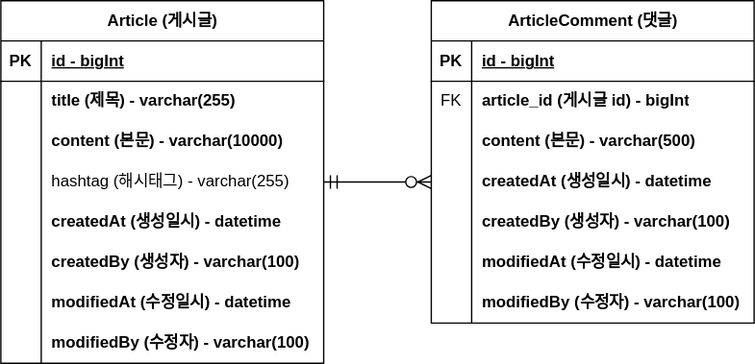
Earlier version of the draw.io export document/erd.svg (laphayen/project-board). Source tidied: cells renumbered, new cells last; positions are measured from the earlier drawing's top-left corner, leaving out a move shared by most shapes.
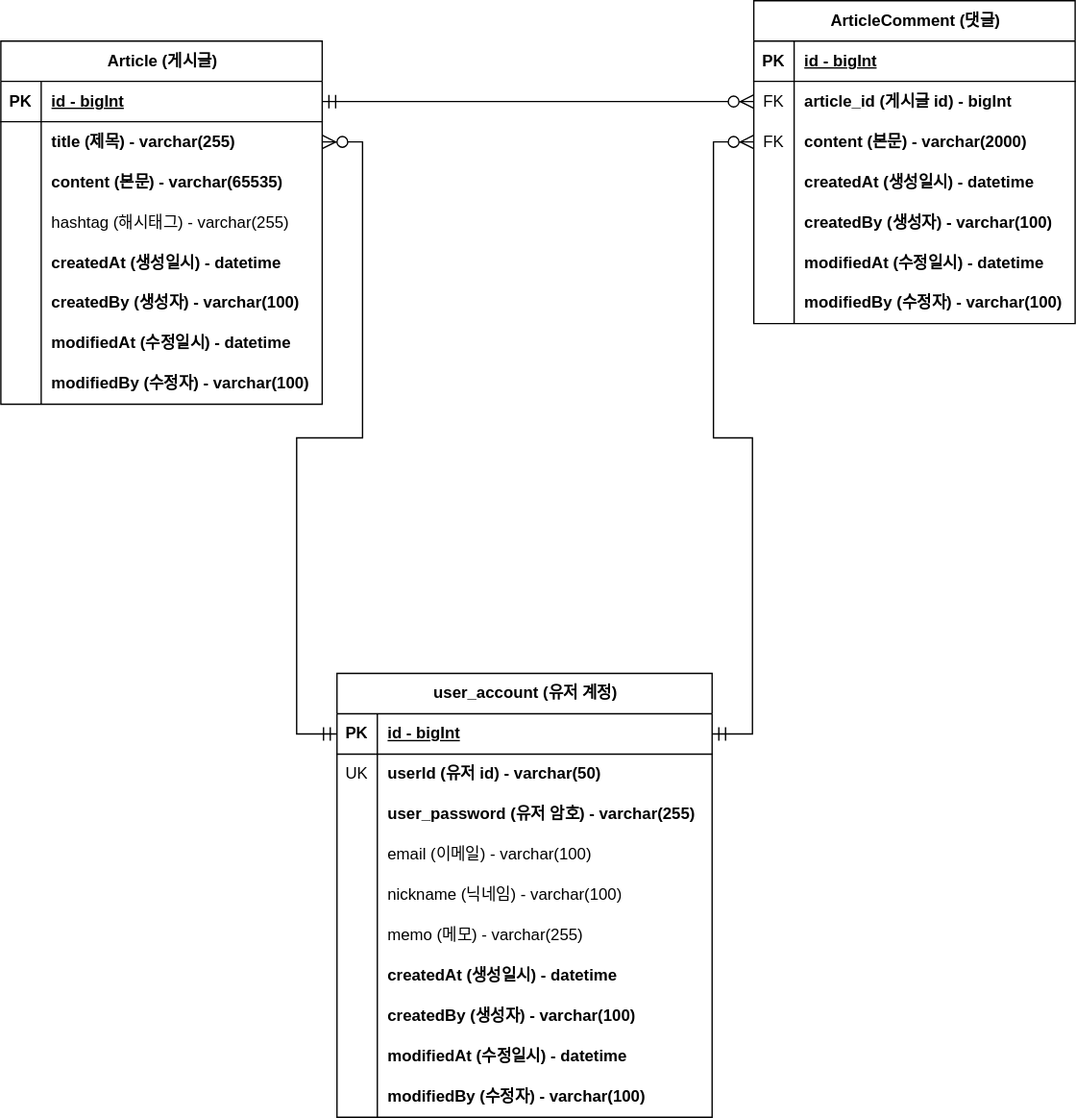
Later version of the same file.

Commit message:
#17 - Add User Account ERD Diagram: erd.svg

What changed in the source:
```diff
@@ -5,6 +5,6 @@
     <mxCell id="2" value="Article (게시글)" style="shape=table;startSize=30;rowLines=0;fontStyle=1;align=center;html=1;" parent="1" vertex="1">
-      <mxGeometry width="240" height="270" as="geometry" />
+      <mxGeometry x="-138" width="239" height="270" as="geometry" />
     </mxCell>
     <mxCell id="3" style="shape=tableRow;horizontal=0;startSize=0;swimlaneHead=0;swimlaneBody=0;fillColor=none;points=[[0,0.5],[1,0.5]];portConstraint=eastwest;top=0;left=0;right=0;bottom=1;" parent="2" vertex="1">
-      <mxGeometry y="30" width="240" height="30" as="geometry" />
+      <mxGeometry y="30" width="239" height="30" as="geometry" />
     </mxCell>
@@ -14,6 +14,6 @@
     <mxCell id="5" value="id - bigInt" style="shape=partialRectangle;fillColor=none;top=0;left=0;bottom=0;right=0;align=left;spacingLeft=6;fontStyle=5;overflow=hidden;whiteSpace=wrap;html=1;" parent="3" vertex="1">
-      <mxGeometry x="30" width="210" height="30" as="geometry" />
+      <mxGeometry x="30" width="209" height="30" as="geometry" />
     </mxCell>
     <mxCell id="6" style="shape=tableRow;horizontal=0;startSize=0;swimlaneHead=0;swimlaneBody=0;fillColor=none;points=[[0,0.5],[1,0.5]];portConstraint=eastwest;top=0;left=0;right=0;bottom=0;" parent="2" vertex="1">
-      <mxGeometry y="60" width="240" height="30" as="geometry" />
+      <mxGeometry y="60" width="239" height="30" as="geometry" />
     </mxCell>
@@ -23,6 +23,6 @@
     <mxCell id="8" value="title (제목) - varchar(255)" style="shape=partialRectangle;fillColor=none;top=0;left=0;bottom=0;right=0;align=left;spacingLeft=6;overflow=hidden;whiteSpace=wrap;html=1;fontStyle=1;" parent="6" vertex="1">
-      <mxGeometry x="30" width="210" height="30" as="geometry" />
+      <mxGeometry x="30" width="209" height="30" as="geometry" />
     </mxCell>
     <mxCell id="9" style="shape=tableRow;horizontal=0;startSize=0;swimlaneHead=0;swimlaneBody=0;fillColor=none;top=0;left=0;right=0;bottom=0;" parent="2" vertex="1">
-      <mxGeometry y="90" width="240" height="30" as="geometry" />
+      <mxGeometry y="90" width="239" height="30" as="geometry" />
     </mxCell>
@@ -31,7 +31,7 @@
     </mxCell>
-    <mxCell id="11" value="content (본문) - varchar(10000)" style="shape=partialRectangle;fillColor=none;top=0;left=0;bottom=0;right=0;align=left;spacingLeft=6;overflow=hidden;whiteSpace=wrap;html=1;fontStyle=1;" parent="9" vertex="1">
-      <mxGeometry x="30" width="210" height="30" as="geometry" />
+    <mxCell id="11" value="content (본문) - varchar(65535)" style="shape=partialRectangle;fillColor=none;top=0;left=0;bottom=0;right=0;align=left;spacingLeft=6;overflow=hidden;whiteSpace=wrap;html=1;fontStyle=1;" parent="9" vertex="1">
+      <mxGeometry x="30" width="209" height="30" as="geometry" />
     </mxCell>
     <mxCell id="12" style="shape=tableRow;horizontal=0;startSize=0;swimlaneHead=0;swimlaneBody=0;fillColor=none;points=[[0,0.5],[1,0.5]];portConstraint=eastwest;top=0;left=0;right=0;bottom=0;" parent="2" vertex="1">
-      <mxGeometry y="120" width="240" height="30" as="geometry" />
+      <mxGeometry y="120" width="239" height="30" as="geometry" />
     </mxCell>
@@ -41,6 +41,6 @@
     <mxCell id="14" value="hashtag (해시태그) - varchar(255)" style="shape=partialRectangle;fillColor=none;top=0;left=0;bottom=0;right=0;align=left;spacingLeft=6;overflow=hidden;whiteSpace=wrap;html=1;" parent="12" vertex="1">
-      <mxGeometry x="30" width="210" height="30" as="geometry" />
+      <mxGeometry x="30" width="209" height="30" as="geometry" />
     </mxCell>
     <mxCell id="15" style="shape=tableRow;horizontal=0;startSize=0;swimlaneHead=0;swimlaneBody=0;fillColor=none;top=0;left=0;right=0;bottom=0;" parent="2" vertex="1">
-      <mxGeometry y="150" width="240" height="30" as="geometry" />
+      <mxGeometry y="150" width="239" height="30" as="geometry" />
     </mxCell>
@@ -50,6 +50,6 @@
     <mxCell id="17" value="createdAt (생성일시) - datetime" style="shape=partialRectangle;fillColor=none;top=0;left=0;bottom=0;right=0;align=left;spacingLeft=6;overflow=hidden;whiteSpace=wrap;html=1;fontStyle=1;" parent="15" vertex="1">
-      <mxGeometry x="30" width="210" height="30" as="geometry" />
+      <mxGeometry x="30" width="209" height="30" as="geometry" />
     </mxCell>
     <mxCell id="18" style="shape=tableRow;horizontal=0;startSize=0;swimlaneHead=0;swimlaneBody=0;fillColor=none;top=0;left=0;right=0;bottom=0;" parent="2" vertex="1">
-      <mxGeometry y="180" width="240" height="30" as="geometry" />
+      <mxGeometry y="180" width="239" height="30" as="geometry" />
     </mxCell>
@@ -59,6 +59,6 @@
     <mxCell id="20" value="createdBy (생성자) - varchar(100)" style="shape=partialRectangle;fillColor=none;top=0;left=0;bottom=0;right=0;align=left;spacingLeft=6;overflow=hidden;whiteSpace=wrap;html=1;fontStyle=1;" parent="18" vertex="1">
-      <mxGeometry x="30" width="210" height="30" as="geometry" />
+      <mxGeometry x="30" width="209" height="30" as="geometry" />
     </mxCell>
     <mxCell id="21" style="shape=tableRow;horizontal=0;startSize=0;swimlaneHead=0;swimlaneBody=0;fillColor=none;top=0;left=0;right=0;bottom=0;" parent="2" vertex="1">
-      <mxGeometry y="210" width="240" height="30" as="geometry" />
+      <mxGeometry y="210" width="239" height="30" as="geometry" />
     </mxCell>
@@ -68,6 +68,6 @@
     <mxCell id="23" value="modifiedAt (수정일시) - datetime" style="shape=partialRectangle;fillColor=none;top=0;left=0;bottom=0;right=0;align=left;spacingLeft=6;overflow=hidden;whiteSpace=wrap;html=1;fontStyle=1;" parent="21" vertex="1">
-      <mxGeometry x="30" width="210" height="30" as="geometry" />
+      <mxGeometry x="30" width="209" height="30" as="geometry" />
     </mxCell>
     <mxCell id="24" style="shape=tableRow;horizontal=0;startSize=0;swimlaneHead=0;swimlaneBody=0;fillColor=none;top=0;left=0;right=0;bottom=0;" parent="2" vertex="1">
-      <mxGeometry y="240" width="240" height="30" as="geometry" />
+      <mxGeometry y="240" width="239" height="30" as="geometry" />
     </mxCell>
@@ -77,9 +77,9 @@
     <mxCell id="26" value="modifiedBy (수정자) - varchar(100)" style="shape=partialRectangle;fillColor=none;top=0;left=0;bottom=0;right=0;align=left;spacingLeft=6;overflow=hidden;whiteSpace=wrap;html=1;fontStyle=1;" parent="24" vertex="1">
-      <mxGeometry x="30" width="210" height="30" as="geometry" />
+      <mxGeometry x="30" width="209" height="30" as="geometry" />
     </mxCell>
     <mxCell id="27" value="ArticleComment (댓글)" style="shape=table;startSize=30;rowLines=0;fontStyle=1;align=center;html=1;" parent="1" vertex="1">
-      <mxGeometry x="320" width="240" height="240" as="geometry" />
+      <mxGeometry x="422" y="-30" width="239" height="240" as="geometry" />
     </mxCell>
     <mxCell id="28" style="shape=tableRow;horizontal=0;startSize=0;swimlaneHead=0;swimlaneBody=0;fillColor=none;top=0;left=0;right=0;bottom=1;" parent="27" vertex="1">
-      <mxGeometry y="30" width="240" height="30" as="geometry" />
+      <mxGeometry y="30" width="239" height="30" as="geometry" />
     </mxCell>
@@ -89,6 +89,6 @@
     <mxCell id="30" value="id - bigInt" style="shape=partialRectangle;fillColor=none;top=0;left=0;bottom=0;right=0;align=left;spacingLeft=6;fontStyle=5;overflow=hidden;whiteSpace=wrap;html=1;" parent="28" vertex="1">
-      <mxGeometry x="30" width="210" height="30" as="geometry" />
+      <mxGeometry x="30" width="209" height="30" as="geometry" />
     </mxCell>
     <mxCell id="31" style="shape=tableRow;horizontal=0;startSize=0;swimlaneHead=0;swimlaneBody=0;fillColor=none;points=[[0,0.5],[1,0.5]];portConstraint=eastwest;top=0;left=0;right=0;bottom=0;" parent="27" vertex="1">
-      <mxGeometry y="60" width="240" height="30" as="geometry" />
+      <mxGeometry y="60" width="239" height="30" as="geometry" />
     </mxCell>
@@ -98,15 +98,15 @@
     <mxCell id="33" value="article_id (게시글 id) - bigInt" style="shape=partialRectangle;fillColor=none;top=0;left=0;bottom=0;right=0;align=left;spacingLeft=6;overflow=hidden;whiteSpace=wrap;html=1;fontStyle=1;" parent="31" vertex="1">
-      <mxGeometry x="30" width="210" height="30" as="geometry" />
+      <mxGeometry x="30" width="209" height="30" as="geometry" />
     </mxCell>
     <mxCell id="34" style="shape=tableRow;horizontal=0;startSize=0;swimlaneHead=0;swimlaneBody=0;fillColor=none;points=[[0,0.5],[1,0.5]];portConstraint=eastwest;top=0;left=0;right=0;bottom=0;" parent="27" vertex="1">
-      <mxGeometry y="90" width="240" height="30" as="geometry" />
+      <mxGeometry y="90" width="239" height="30" as="geometry" />
     </mxCell>
-    <mxCell id="35" style="shape=partialRectangle;fillColor=none;top=0;left=0;bottom=0;right=0;overflow=hidden;whiteSpace=wrap;html=1;" parent="34" vertex="1">
+    <mxCell id="35" value="FK" style="shape=partialRectangle;fillColor=none;top=0;left=0;bottom=0;right=0;overflow=hidden;whiteSpace=wrap;html=1;" parent="34" vertex="1">
       <mxGeometry width="30" height="30" as="geometry" />
     </mxCell>
-    <mxCell id="36" value="content (본문) - varchar(500)" style="shape=partialRectangle;fillColor=none;top=0;left=0;bottom=0;right=0;align=left;spacingLeft=6;overflow=hidden;whiteSpace=wrap;html=1;fontStyle=1;" parent="34" vertex="1">
-      <mxGeometry x="30" width="210" height="30" as="geometry" />
+    <mxCell id="36" value="content (본문) - varchar(2000)" style="shape=partialRectangle;fillColor=none;top=0;left=0;bottom=0;right=0;align=left;spacingLeft=6;overflow=hidden;whiteSpace=wrap;html=1;fontStyle=1;" parent="34" vertex="1">
+      <mxGeometry x="30" width="209" height="30" as="geometry" />
     </mxCell>
     <mxCell id="37" style="shape=tableRow;horizontal=0;startSize=0;swimlaneHead=0;swimlaneBody=0;fillColor=none;points=[[0,0.5],[1,0.5]];portConstraint=eastwest;top=0;left=0;right=0;bottom=0;" parent="27" vertex="1">
-      <mxGeometry y="120" width="240" height="30" as="geometry" />
+      <mxGeometry y="120" width="239" height="30" as="geometry" />
     </mxCell>
@@ -116,6 +116,6 @@
     <mxCell id="39" value="createdAt (생성일시) - datetime" style="shape=partialRectangle;fillColor=none;top=0;left=0;bottom=0;right=0;align=left;spacingLeft=6;overflow=hidden;whiteSpace=wrap;html=1;fontStyle=1;" parent="37" vertex="1">
-      <mxGeometry x="30" width="210" height="30" as="geometry" />
+      <mxGeometry x="30" width="209" height="30" as="geometry" />
     </mxCell>
     <mxCell id="40" style="shape=tableRow;horizontal=0;startSize=0;swimlaneHead=0;swimlaneBody=0;fillColor=none;top=0;left=0;right=0;bottom=0;" parent="27" vertex="1">
-      <mxGeometry y="150" width="240" height="30" as="geometry" />
+      <mxGeometry y="150" width="239" height="30" as="geometry" />
     </mxCell>
@@ -125,6 +125,6 @@
     <mxCell id="42" value="createdBy (생성자) - varchar(100)" style="shape=partialRectangle;fillColor=none;top=0;left=0;bottom=0;right=0;align=left;spacingLeft=6;overflow=hidden;whiteSpace=wrap;html=1;fontStyle=1;" parent="40" vertex="1">
-      <mxGeometry x="30" width="210" height="30" as="geometry" />
+      <mxGeometry x="30" width="209" height="30" as="geometry" />
     </mxCell>
     <mxCell id="43" style="shape=tableRow;horizontal=0;startSize=0;swimlaneHead=0;swimlaneBody=0;fillColor=none;top=0;left=0;right=0;bottom=0;" parent="27" vertex="1">
-      <mxGeometry y="180" width="240" height="30" as="geometry" />
+      <mxGeometry y="180" width="239" height="30" as="geometry" />
     </mxCell>
@@ -134,6 +134,6 @@
     <mxCell id="45" value="modifiedAt (수정일시) - datetime" style="shape=partialRectangle;fillColor=none;top=0;left=0;bottom=0;right=0;align=left;spacingLeft=6;overflow=hidden;whiteSpace=wrap;html=1;fontStyle=1;" parent="43" vertex="1">
-      <mxGeometry x="30" width="210" height="30" as="geometry" />
+      <mxGeometry x="30" width="209" height="30" as="geometry" />
     </mxCell>
     <mxCell id="46" style="shape=tableRow;horizontal=0;startSize=0;swimlaneHead=0;swimlaneBody=0;fillColor=none;top=0;left=0;right=0;bottom=0;" parent="27" vertex="1">
-      <mxGeometry y="210" width="240" height="30" as="geometry" />
+      <mxGeometry y="210" width="239" height="30" as="geometry" />
     </mxCell>
@@ -143,7 +143,114 @@
     <mxCell id="48" value="modifiedBy (수정자) - varchar(100)" style="shape=partialRectangle;fillColor=none;top=0;left=0;bottom=0;right=0;align=left;spacingLeft=6;overflow=hidden;whiteSpace=wrap;html=1;fontStyle=1;" parent="46" vertex="1">
-      <mxGeometry x="30" width="210" height="30" as="geometry" />
+      <mxGeometry x="30" width="209" height="30" as="geometry" />
     </mxCell>
-    <mxCell id="49" style="edgeStyle=entityRelationEdgeStyle;fontSize=12;html=1;endArrow=ERzeroToMany;startArrow=ERmandOne;rounded=0;startSize=8;endSize=8;curved=1;exitX=1;exitY=0.5;exitDx=0;exitDy=0;entryX=0;entryY=0.5;entryDx=0;entryDy=0;" parent="1" edge="1" source="12" target="37">
+    <mxCell id="49" style="edgeStyle=entityRelationEdgeStyle;fontSize=12;html=1;endArrow=ERzeroToMany;startArrow=ERmandOne;rounded=0;startSize=8;endSize=8;curved=1;exitX=1;exitY=0.5;exitDx=0;exitDy=0;entryX=0;entryY=0.5;entryDx=0;entryDy=0;" parent="1" edge="1" source="3" target="31">
       <mxGeometry relative="1" as="geometry" />
     </mxCell>
+    <mxCell id="50" value="user_account (유저 계정)" style="shape=table;startSize=30;rowLines=0;fontStyle=1;align=center;html=1;" parent="1" vertex="1">
+      <mxGeometry x="112" y="470" width="279" height="330" as="geometry" />
+    </mxCell>
+    <mxCell id="51" style="shape=tableRow;horizontal=0;startSize=0;swimlaneHead=0;swimlaneBody=0;fillColor=none;points=[[0,0.5],[1,0.5]];portConstraint=eastwest;top=0;left=0;right=0;bottom=1;" parent="50" vertex="1">
+      <mxGeometry y="30" width="279" height="30" as="geometry" />
+    </mxCell>
+    <mxCell id="52" value="PK" style="shape=partialRectangle;fillColor=none;top=0;left=0;bottom=0;right=0;fontStyle=1;overflow=hidden;whiteSpace=wrap;html=1;" parent="51" vertex="1">
+      <mxGeometry width="30" height="30" as="geometry" />
+    </mxCell>
+    <mxCell id="53" value="id - bigInt" style="shape=partialRectangle;fillColor=none;top=0;left=0;bottom=0;right=0;align=left;spacingLeft=6;fontStyle=5;overflow=hidden;whiteSpace=wrap;html=1;" parent="51" vertex="1">
+      <mxGeometry x="30" width="249" height="30" as="geometry" />
+    </mxCell>
+    <mxCell id="54" style="shape=tableRow;horizontal=0;startSize=0;swimlaneHead=0;swimlaneBody=0;fillColor=none;top=0;left=0;right=0;bottom=0;" parent="50" vertex="1">
+      <mxGeometry y="60" width="279" height="30" as="geometry" />
+    </mxCell>
+    <mxCell id="55" value="UK" style="shape=partialRectangle;fillColor=none;top=0;left=0;bottom=0;right=0;overflow=hidden;whiteSpace=wrap;html=1;" parent="54" vertex="1">
+      <mxGeometry width="30" height="30" as="geometry" />
+    </mxCell>
+    <mxCell id="56" value="userId (유저 id) - varchar(50)" style="shape=partialRectangle;fillColor=none;top=0;left=0;bottom=0;right=0;align=left;spacingLeft=6;overflow=hidden;whiteSpace=wrap;html=1;fontStyle=1;" parent="54" vertex="1">
+      <mxGeometry x="30" width="249" height="30" as="geometry" />
+    </mxCell>
+    <mxCell id="57" style="shape=tableRow;horizontal=0;startSize=0;swimlaneHead=0;swimlaneBody=0;fillColor=none;top=0;left=0;right=0;bottom=0;" parent="50" vertex="1">
+      <mxGeometry y="90" width="279" height="30" as="geometry" />
+    </mxCell>
+    <mxCell id="58" style="shape=partialRectangle;fillColor=none;top=0;left=0;bottom=0;right=0;overflow=hidden;whiteSpace=wrap;html=1;" parent="57" vertex="1">
+      <mxGeometry width="30" height="30" as="geometry" />
+    </mxCell>
+    <mxCell id="59" value="user_password (유저 암호) - varchar(255)" style="shape=partialRectangle;fillColor=none;top=0;left=0;bottom=0;right=0;align=left;spacingLeft=6;overflow=hidden;whiteSpace=wrap;html=1;fontStyle=1;" parent="57" vertex="1">
+      <mxGeometry x="30" width="249" height="30" as="geometry" />
+    </mxCell>
+    <mxCell id="60" style="shape=tableRow;horizontal=0;startSize=0;swimlaneHead=0;swimlaneBody=0;fillColor=none;top=0;left=0;right=0;bottom=0;" parent="50" vertex="1">
+      <mxGeometry y="120" width="279" height="30" as="geometry" />
+    </mxCell>
+    <mxCell id="61" style="shape=partialRectangle;fillColor=none;top=0;left=0;bottom=0;right=0;overflow=hidden;whiteSpace=wrap;html=1;" parent="60" vertex="1">
+      <mxGeometry width="30" height="30" as="geometry" />
+    </mxCell>
+    <mxCell id="62" value="&lt;span style=&quot;font-weight: 400;&quot;&gt;email (이메일) - varchar(100)&lt;/span&gt;" style="shape=partialRectangle;fillColor=none;top=0;left=0;bottom=0;right=0;align=left;spacingLeft=6;overflow=hidden;whiteSpace=wrap;html=1;fontStyle=1;" parent="60" vertex="1">
+      <mxGeometry x="30" width="249" height="30" as="geometry" />
+    </mxCell>
+    <mxCell id="63" style="shape=tableRow;horizontal=0;startSize=0;swimlaneHead=0;swimlaneBody=0;fillColor=none;top=0;left=0;right=0;bottom=0;" parent="50" vertex="1">
+      <mxGeometry y="150" width="279" height="30" as="geometry" />
+    </mxCell>
+    <mxCell id="64" style="shape=partialRectangle;fillColor=none;top=0;left=0;bottom=0;right=0;overflow=hidden;whiteSpace=wrap;html=1;" parent="63" vertex="1">
+      <mxGeometry width="30" height="30" as="geometry" />
+    </mxCell>
+    <mxCell id="65" value="&lt;span style=&quot;font-weight: normal;&quot;&gt;nickname (닉네임) - varchar(100)&lt;/span&gt;" style="shape=partialRectangle;fillColor=none;top=0;left=0;bottom=0;right=0;align=left;spacingLeft=6;overflow=hidden;whiteSpace=wrap;html=1;fontStyle=1;" parent="63" vertex="1">
+      <mxGeometry x="30" width="249" height="30" as="geometry" />
+    </mxCell>
+    <mxCell id="66" style="shape=tableRow;horizontal=0;startSize=0;swimlaneHead=0;swimlaneBody=0;fillColor=none;top=0;left=0;right=0;bottom=0;" parent="50" vertex="1">
+      <mxGeometry y="180" width="279" height="30" as="geometry" />
+    </mxCell>
+    <mxCell id="67" style="shape=partialRectangle;fillColor=none;top=0;left=0;bottom=0;right=0;overflow=hidden;whiteSpace=wrap;html=1;" parent="66" vertex="1">
+      <mxGeometry width="30" height="30" as="geometry" />
+    </mxCell>
+    <mxCell id="68" value="&lt;span style=&quot;font-weight: normal;&quot;&gt;memo (메모) - varchar(255)&lt;/span&gt;" style="shape=partialRectangle;fillColor=none;top=0;left=0;bottom=0;right=0;align=left;spacingLeft=6;overflow=hidden;whiteSpace=wrap;html=1;fontStyle=1;" parent="66" vertex="1">
+      <mxGeometry x="30" width="249" height="30" as="geometry" />
+    </mxCell>
+    <mxCell id="69" style="shape=tableRow;horizontal=0;startSize=0;swimlaneHead=0;swimlaneBody=0;fillColor=none;top=0;left=0;right=0;bottom=0;" parent="50" vertex="1">
+      <mxGeometry y="210" width="279" height="30" as="geometry" />
+    </mxCell>
+    <mxCell id="70" style="shape=partialRectangle;fillColor=none;top=0;left=0;bottom=0;right=0;overflow=hidden;whiteSpace=wrap;html=1;" parent="69" vertex="1">
+      <mxGeometry width="30" height="30" as="geometry" />
+    </mxCell>
+    <mxCell id="71" value="createdAt (생성일시) - datetime" style="shape=partialRectangle;fillColor=none;top=0;left=0;bottom=0;right=0;align=left;spacingLeft=6;overflow=hidden;whiteSpace=wrap;html=1;fontStyle=1;" parent="69" vertex="1">
+      <mxGeometry x="30" width="249" height="30" as="geometry" />
+    </mxCell>
+    <mxCell id="72" style="shape=tableRow;horizontal=0;startSize=0;swimlaneHead=0;swimlaneBody=0;fillColor=none;top=0;left=0;right=0;bottom=0;" parent="50" vertex="1">
+      <mxGeometry y="240" width="279" height="30" as="geometry" />
+    </mxCell>
+    <mxCell id="73" style="shape=partialRectangle;fillColor=none;top=0;left=0;bottom=0;right=0;overflow=hidden;whiteSpace=wrap;html=1;" parent="72" vertex="1">
+      <mxGeometry width="30" height="30" as="geometry" />
+    </mxCell>
+    <mxCell id="74" value="createdBy (생성자) - varchar(100)" style="shape=partialRectangle;fillColor=none;top=0;left=0;bottom=0;right=0;align=left;spacingLeft=6;overflow=hidden;whiteSpace=wrap;html=1;fontStyle=1;" parent="72" vertex="1">
+      <mxGeometry x="30" width="249" height="30" as="geometry" />
+    </mxCell>
+    <mxCell id="75" style="shape=tableRow;horizontal=0;startSize=0;swimlaneHead=0;swimlaneBody=0;fillColor=none;top=0;left=0;right=0;bottom=0;" parent="50" vertex="1">
+      <mxGeometry y="270" width="279" height="30" as="geometry" />
+    </mxCell>
+    <mxCell id="76" style="shape=partialRectangle;fillColor=none;top=0;left=0;bottom=0;right=0;overflow=hidden;whiteSpace=wrap;html=1;" parent="75" vertex="1">
+      <mxGeometry width="30" height="30" as="geometry" />
+    </mxCell>
+    <mxCell id="77" value="modifiedAt (수정일시) - datetime" style="shape=partialRectangle;fillColor=none;top=0;left=0;bottom=0;right=0;align=left;spacingLeft=6;overflow=hidden;whiteSpace=wrap;html=1;fontStyle=1;" parent="75" vertex="1">
+      <mxGeometry x="30" width="249" height="30" as="geometry" />
+    </mxCell>
+    <mxCell id="78" style="shape=tableRow;horizontal=0;startSize=0;swimlaneHead=0;swimlaneBody=0;fillColor=none;top=0;left=0;right=0;bottom=0;" parent="50" vertex="1">
+      <mxGeometry y="300" width="279" height="30" as="geometry" />
+    </mxCell>
+    <mxCell id="79" style="shape=partialRectangle;fillColor=none;top=0;left=0;bottom=0;right=0;overflow=hidden;whiteSpace=wrap;html=1;" parent="78" vertex="1">
+      <mxGeometry width="30" height="30" as="geometry" />
+    </mxCell>
+    <mxCell id="80" value="modifiedBy (수정자) - varchar(100)" style="shape=partialRectangle;fillColor=none;top=0;left=0;bottom=0;right=0;align=left;spacingLeft=6;overflow=hidden;whiteSpace=wrap;html=1;fontStyle=1;" parent="78" vertex="1">
+      <mxGeometry x="30" width="249" height="30" as="geometry" />
+    </mxCell>
+    <mxCell id="81" style="edgeStyle=entityRelationEdgeStyle;fontSize=12;html=1;endArrow=ERzeroToMany;startArrow=ERmandOne;rounded=0;startSize=8;endSize=8;curved=0;exitX=0;exitY=0.5;exitDx=0;exitDy=0;entryX=1;entryY=0.5;entryDx=0;entryDy=0;" parent="1" edge="1" source="51" target="6">
+      <mxGeometry relative="1" as="geometry">
+        <Array as="points">
+          <mxPoint x="92" y="230" />
+        </Array>
+      </mxGeometry>
+    </mxCell>
+    <mxCell id="82" style="edgeStyle=entityRelationEdgeStyle;fontSize=12;html=1;endArrow=ERzeroToMany;startArrow=ERmandOne;rounded=0;startSize=8;endSize=8;curved=0;entryX=0;entryY=0.5;entryDx=0;entryDy=0;exitX=1;exitY=0.5;exitDx=0;exitDy=0;" parent="1" edge="1" source="51" target="34">
+      <mxGeometry relative="1" as="geometry">
+        <Array as="points">
+          <mxPoint x="522" y="300" />
+        </Array>
+      </mxGeometry>
+    </mxCell>
   </root>
```
